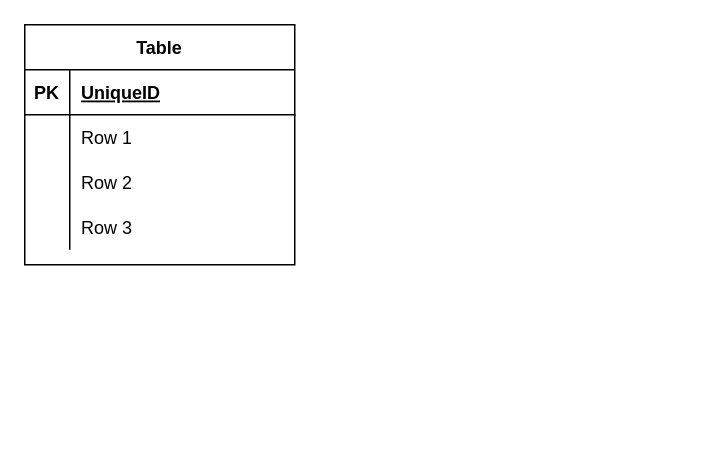
Earlier version of the draw.io diagram Fsys_dbplan.drawio (ToshiyukiShindo/-Graduation-work). Source tidied: cells renumbered, new cells numbered last; positions are measured from the earlier drawing's top-left corner, leaving out a move shared by most shapes. Both pictures are drawn from the tidied source at 150%, with x=0, y=0 at pixel (24, 24).
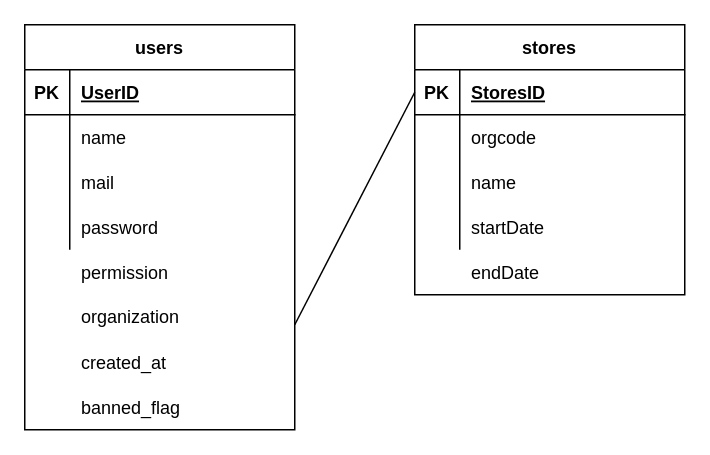
The same page after the edit.

Unchanged cells that the change refers to:
```xml
<mxCell id="3" style="shape=tableRow;horizontal=0;startSize=0;swimlaneHead=0;swimlaneBody=0;fillColor=none;top=0;left=0;right=0;bottom=1;" parent="2" vertex="1">
  <mxGeometry y="30" width="180" height="30" as="geometry" />
</mxCell>
<mxCell id="6" style="shape=tableRow;horizontal=0;startSize=0;swimlaneHead=0;swimlaneBody=0;fillColor=none;top=0;left=0;right=0;bottom=0;" parent="2" vertex="1">
  <mxGeometry y="60" width="180" height="30" as="geometry" />
</mxCell>
<mxCell id="9" style="shape=tableRow;horizontal=0;startSize=0;swimlaneHead=0;swimlaneBody=0;fillColor=none;top=0;left=0;right=0;bottom=0;" parent="2" vertex="1">
  <mxGeometry y="90" width="180" height="30" as="geometry" />
</mxCell>
<mxCell id="12" style="shape=tableRow;horizontal=0;startSize=0;swimlaneHead=0;swimlaneBody=0;fillColor=none;top=0;left=0;right=0;bottom=0;" parent="2" vertex="1">
  <mxGeometry y="120" width="180" height="30" as="geometry" />
</mxCell>
```

Diff of the diagram source:
```diff
@@
-    <mxCell id="2" value="Table" style="shape=table;startSize=30;childLayout=tableLayout;rowLines=0;fontStyle=1;align=center;" parent="1" vertex="1">
-      <mxGeometry width="180" height="160" as="geometry" />
+    <mxCell id="2" value="users" style="shape=table;startSize=30;childLayout=tableLayout;rowLines=0;fontStyle=1;align=center;" parent="1" vertex="1">
+      <mxGeometry width="180" height="270" as="geometry" />
     </mxCell>
@@
-    <mxCell id="5" value="UniqueID" style="shape=partialRectangle;fillColor=none;top=0;left=0;bottom=0;right=0;align=left;spacingLeft=6;fontStyle=5;overflow=hidden;" parent="3" vertex="1">
+    <mxCell id="5" value="UserID" style="shape=partialRectangle;fillColor=none;top=0;left=0;bottom=0;right=0;align=left;spacingLeft=6;fontStyle=5;overflow=hidden;" parent="3" vertex="1">
       <mxGeometry x="30" width="150" height="30" as="geometry" />
     </mxCell>
@@
-    <mxCell id="8" value="Row 1" style="shape=partialRectangle;fillColor=none;top=0;left=0;bottom=0;right=0;align=left;spacingLeft=6;overflow=hidden;" parent="6" vertex="1">
+    <mxCell id="8" value="name" style="shape=partialRectangle;fillColor=none;top=0;left=0;bottom=0;right=0;align=left;spacingLeft=6;overflow=hidden;" parent="6" vertex="1">
       <mxGeometry x="30" width="150" height="30" as="geometry" />
     </mxCell>
@@
-    <mxCell id="11" value="Row 2" style="shape=partialRectangle;fillColor=none;top=0;left=0;bottom=0;right=0;align=left;spacingLeft=6;overflow=hidden;" parent="9" vertex="1">
+    <mxCell id="11" value="mail" style="shape=partialRectangle;fillColor=none;top=0;left=0;bottom=0;right=0;align=left;spacingLeft=6;overflow=hidden;" parent="9" vertex="1">
       <mxGeometry x="30" width="150" height="30" as="geometry" />
     </mxCell>
@@
-    <mxCell id="14" value="Row 3" style="shape=partialRectangle;fillColor=none;top=0;left=0;bottom=0;right=0;align=left;spacingLeft=6;overflow=hidden;" parent="12" vertex="1">
+    <mxCell id="14" value="password" style="shape=partialRectangle;fillColor=none;top=0;left=0;bottom=0;right=0;align=left;spacingLeft=6;overflow=hidden;" parent="12" vertex="1">
       <mxGeometry x="30" width="150" height="30" as="geometry" />
     </mxCell>
+    <mxCell id="15" value="stores" style="shape=table;startSize=30;childLayout=tableLayout;rowLines=0;fontStyle=1;align=center;" parent="1" vertex="1">
+      <mxGeometry x="260" width="180" height="180" as="geometry" />
+    </mxCell>
+    <mxCell id="16" style="shape=tableRow;horizontal=0;startSize=0;swimlaneHead=0;swimlaneBody=0;fillColor=none;points=[[0,0.5],[1,0.5]];portConstraint=eastwest;top=0;left=0;right=0;bottom=1;" parent="15" vertex="1">
+      <mxGeometry y="30" width="180" height="30" as="geometry" />
+    </mxCell>
+    <mxCell id="17" value="PK" style="shape=partialRectangle;fillColor=none;top=0;left=0;bottom=0;right=0;fontStyle=1;overflow=hidden;" parent="16" vertex="1">
+      <mxGeometry width="30" height="30" as="geometry" />
+    </mxCell>
+    <mxCell id="18" value="StoresID" style="shape=partialRectangle;fillColor=none;top=0;left=0;bottom=0;right=0;align=left;spacingLeft=6;fontStyle=5;overflow=hidden;" parent="16" vertex="1">
+      <mxGeometry x="30" width="150" height="30" as="geometry" />
+    </mxCell>
+    <mxCell id="19" style="shape=tableRow;horizontal=0;startSize=0;swimlaneHead=0;swimlaneBody=0;fillColor=none;top=0;left=0;right=0;bottom=0;" parent="15" vertex="1">
+      <mxGeometry y="60" width="180" height="30" as="geometry" />
+    </mxCell>
+    <mxCell id="20" style="shape=partialRectangle;fillColor=none;top=0;left=0;bottom=0;right=0;overflow=hidden;" parent="19" vertex="1">
+      <mxGeometry width="30" height="30" as="geometry" />
+    </mxCell>
+    <mxCell id="21" value="orgcode" style="shape=partialRectangle;fillColor=none;top=0;left=0;bottom=0;right=0;align=left;spacingLeft=6;overflow=hidden;" parent="19" vertex="1">
+      <mxGeometry x="30" width="150" height="30" as="geometry" />
+    </mxCell>
+    <mxCell id="22" style="shape=tableRow;horizontal=0;startSize=0;swimlaneHead=0;swimlaneBody=0;fillColor=none;top=0;left=0;right=0;bottom=0;" parent="15" vertex="1">
+      <mxGeometry y="90" width="180" height="30" as="geometry" />
+    </mxCell>
+    <mxCell id="23" style="shape=partialRectangle;fillColor=none;top=0;left=0;bottom=0;right=0;overflow=hidden;" parent="22" vertex="1">
+      <mxGeometry width="30" height="30" as="geometry" />
+    </mxCell>
+    <mxCell id="24" value="name" style="shape=partialRectangle;fillColor=none;top=0;left=0;bottom=0;right=0;align=left;spacingLeft=6;overflow=hidden;" parent="22" vertex="1">
+      <mxGeometry x="30" width="150" height="30" as="geometry" />
+    </mxCell>
+    <mxCell id="25" style="shape=tableRow;horizontal=0;startSize=0;swimlaneHead=0;swimlaneBody=0;fillColor=none;top=0;left=0;right=0;bottom=0;" parent="15" vertex="1">
+      <mxGeometry y="120" width="180" height="30" as="geometry" />
+    </mxCell>
+    <mxCell id="26" style="shape=partialRectangle;fillColor=none;top=0;left=0;bottom=0;right=0;overflow=hidden;" parent="25" vertex="1">
+      <mxGeometry width="30" height="30" as="geometry" />
+    </mxCell>
+    <mxCell id="27" value="startDate" style="shape=partialRectangle;fillColor=none;top=0;left=0;bottom=0;right=0;align=left;spacingLeft=6;overflow=hidden;" parent="25" vertex="1">
+      <mxGeometry x="30" width="150" height="30" as="geometry" />
+    </mxCell>
+    <mxCell id="28" value="permission" style="shape=partialRectangle;fillColor=none;top=0;left=0;bottom=0;right=0;align=left;spacingLeft=6;overflow=hidden;" parent="1" vertex="1">
+      <mxGeometry x="30" y="150" width="150" height="30" as="geometry" />
+    </mxCell>
+    <mxCell id="29" value="organization" style="shape=partialRectangle;fillColor=none;top=0;left=0;bottom=0;right=0;align=left;spacingLeft=6;overflow=hidden;" parent="1" vertex="1">
+      <mxGeometry x="30" y="179" width="150" height="30" as="geometry" />
+    </mxCell>
+    <mxCell id="30" value="created_at" style="shape=partialRectangle;fillColor=none;top=0;left=0;bottom=0;right=0;align=left;spacingLeft=6;overflow=hidden;" parent="1" vertex="1">
+      <mxGeometry x="30" y="210" width="150" height="30" as="geometry" />
+    </mxCell>
+    <mxCell id="31" value="banned_flag" style="shape=partialRectangle;fillColor=none;top=0;left=0;bottom=0;right=0;align=left;spacingLeft=6;overflow=hidden;" parent="1" vertex="1">
+      <mxGeometry x="30" y="240" width="150" height="30" as="geometry" />
+    </mxCell>
+    <mxCell id="32" value="endDate" style="shape=partialRectangle;fillColor=none;top=0;left=0;bottom=0;right=0;align=left;spacingLeft=6;overflow=hidden;" parent="1" vertex="1">
+      <mxGeometry x="290" y="150" width="150" height="30" as="geometry" />
+    </mxCell>
+    <mxCell id="33" style="endArrow=none;html=1;rounded=0;entryX=0;entryY=0.5;entryDx=0;entryDy=0;" parent="1" edge="1" target="16">
+      <mxGeometry relative="1" as="geometry">
+        <mxPoint x="180" y="200" as="sourcePoint" />
+      </mxGeometry>
+    </mxCell>
```
